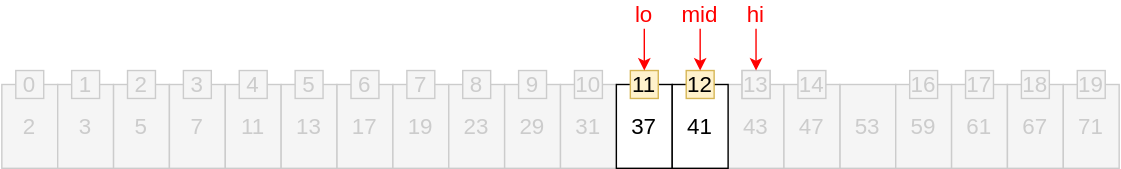
The draw.io diagram img/algorithm/list/list-0010.svg in tezblog/tezblog.github.io, before a commit. Source tidied: cells renumbered, new cells last; positions are measured from the earlier drawing's top-left corner, leaving out a move shared by most shapes. Source of this version:
```xml
<mxGraphModel>
  <root>
    <mxCell id="0" />
    <mxCell id="1" parent="0" />
    <mxCell id="2" style="group;" parent="1" vertex="1">
      <mxGeometry y="60" width="800" height="60" as="geometry" />
    </mxCell>
    <mxCell id="3" value="43" style="rounded=0;whiteSpace=wrap;html=1;fontSize=16;fillColor=#f5f5f5;strokeColor=#CCCCCC;fontColor=#CCCCCC;" parent="2" vertex="1">
      <mxGeometry x="520" width="40" height="60" as="geometry" />
    </mxCell>
    <mxCell id="4" value="53" style="rounded=0;whiteSpace=wrap;html=1;fontSize=16;fillColor=#f5f5f5;strokeColor=#CCCCCC;fontColor=#CCCCCC;" parent="2" vertex="1">
      <mxGeometry x="600" width="40" height="60" as="geometry" />
    </mxCell>
    <mxCell id="5" value="2" style="rounded=0;whiteSpace=wrap;html=1;fontSize=16;fillColor=#f5f5f5;strokeColor=#CCCCCC;fontColor=#CCCCCC;" parent="2" vertex="1">
      <mxGeometry width="40" height="60" as="geometry" />
    </mxCell>
    <mxCell id="6" value="3" style="rounded=0;whiteSpace=wrap;html=1;fontSize=16;fillColor=#f5f5f5;strokeColor=#CCCCCC;fontColor=#CCCCCC;" parent="2" vertex="1">
      <mxGeometry x="40" width="40" height="60" as="geometry" />
    </mxCell>
    <mxCell id="7" value="5" style="rounded=0;whiteSpace=wrap;html=1;fontSize=16;fillColor=#f5f5f5;strokeColor=#CCCCCC;fontColor=#CCCCCC;" parent="2" vertex="1">
      <mxGeometry x="80" width="40" height="60" as="geometry" />
    </mxCell>
    <mxCell id="8" value="7" style="rounded=0;whiteSpace=wrap;html=1;fontSize=16;fillColor=#f5f5f5;strokeColor=#CCCCCC;fontColor=#CCCCCC;" parent="2" vertex="1">
      <mxGeometry x="120" width="40" height="60" as="geometry" />
    </mxCell>
    <mxCell id="9" value="11" style="rounded=0;whiteSpace=wrap;html=1;fontSize=16;fillColor=#f5f5f5;strokeColor=#CCCCCC;fontColor=#CCCCCC;" parent="2" vertex="1">
      <mxGeometry x="160" width="40" height="60" as="geometry" />
    </mxCell>
    <mxCell id="10" value="13" style="rounded=0;whiteSpace=wrap;html=1;fontSize=16;fillColor=#f5f5f5;strokeColor=#CCCCCC;fontColor=#CCCCCC;" parent="2" vertex="1">
      <mxGeometry x="200" width="40" height="60" as="geometry" />
    </mxCell>
    <mxCell id="11" value="17" style="rounded=0;whiteSpace=wrap;html=1;fontSize=16;fillColor=#f5f5f5;strokeColor=#CCCCCC;fontColor=#CCCCCC;" parent="2" vertex="1">
      <mxGeometry x="240" width="40" height="60" as="geometry" />
    </mxCell>
    <mxCell id="12" value="19" style="rounded=0;whiteSpace=wrap;html=1;fontSize=16;fillColor=#f5f5f5;strokeColor=#CCCCCC;fontColor=#CCCCCC;" parent="2" vertex="1">
      <mxGeometry x="280" width="40" height="60" as="geometry" />
    </mxCell>
    <mxCell id="13" value="23" style="rounded=0;whiteSpace=wrap;html=1;fontSize=16;fillColor=#f5f5f5;strokeColor=#CCCCCC;fontColor=#CCCCCC;" parent="2" vertex="1">
      <mxGeometry x="320" width="40" height="60" as="geometry" />
    </mxCell>
    <mxCell id="14" value="29" style="rounded=0;whiteSpace=wrap;html=1;fontSize=16;fillColor=#f5f5f5;strokeColor=#CCCCCC;fontColor=#CCCCCC;" parent="2" vertex="1">
      <mxGeometry x="360" width="40" height="60" as="geometry" />
    </mxCell>
    <mxCell id="15" value="31" style="rounded=0;whiteSpace=wrap;html=1;fontSize=16;fillColor=#f5f5f5;strokeColor=#CCCCCC;fontColor=#CCCCCC;" parent="2" vertex="1">
      <mxGeometry x="400" width="40" height="60" as="geometry" />
    </mxCell>
    <mxCell id="16" value="37" style="rounded=0;whiteSpace=wrap;html=1;fontSize=16;" parent="2" vertex="1">
      <mxGeometry x="440" width="40" height="60" as="geometry" />
    </mxCell>
    <mxCell id="17" value="41" style="rounded=0;whiteSpace=wrap;html=1;fontSize=16;" parent="2" vertex="1">
      <mxGeometry x="480" width="40" height="60" as="geometry" />
    </mxCell>
    <mxCell id="18" value="47" style="rounded=0;whiteSpace=wrap;html=1;fontSize=16;fillColor=#f5f5f5;strokeColor=#CCCCCC;fontColor=#CCCCCC;" parent="2" vertex="1">
      <mxGeometry x="560" width="40" height="60" as="geometry" />
    </mxCell>
    <mxCell id="19" value="59" style="rounded=0;whiteSpace=wrap;html=1;fontSize=16;fillColor=#f5f5f5;strokeColor=#CCCCCC;fontColor=#CCCCCC;" parent="2" vertex="1">
      <mxGeometry x="640" width="40" height="60" as="geometry" />
    </mxCell>
    <mxCell id="20" value="61" style="rounded=0;whiteSpace=wrap;html=1;fontSize=16;fillColor=#f5f5f5;strokeColor=#CCCCCC;fontColor=#CCCCCC;" parent="2" vertex="1">
      <mxGeometry x="680" width="40" height="60" as="geometry" />
    </mxCell>
    <mxCell id="21" value="67" style="rounded=0;whiteSpace=wrap;html=1;fontSize=16;fillColor=#f5f5f5;strokeColor=#CCCCCC;fontColor=#CCCCCC;" parent="2" vertex="1">
      <mxGeometry x="720" width="40" height="60" as="geometry" />
    </mxCell>
    <mxCell id="22" value="71" style="rounded=0;whiteSpace=wrap;html=1;fontSize=16;fillColor=#f5f5f5;strokeColor=#CCCCCC;fontColor=#CCCCCC;" parent="2" vertex="1">
      <mxGeometry x="760" width="40" height="60" as="geometry" />
    </mxCell>
    <mxCell id="23" value="&lt;span style=&quot;font-size: 16px&quot;&gt;15&lt;/span&gt;" style="text;html=1;fillColor=#f5f5f5;align=center;verticalAlign=middle;whiteSpace=wrap;rounded=0;strokeColor=#CCCCCC;fontColor=#CCCCCC;" parent="1" vertex="1">
      <mxGeometry x="530" y="50" width="20" height="20" as="geometry" />
    </mxCell>
    <mxCell id="24" value="&lt;span style=&quot;font-size: 16px&quot;&gt;13&lt;/span&gt;" style="text;html=1;fillColor=#f5f5f5;align=center;verticalAlign=middle;whiteSpace=wrap;rounded=0;strokeColor=#CCCCCC;fontColor=#CCCCCC;" parent="1" vertex="1">
      <mxGeometry x="530" y="50" width="20" height="20" as="geometry" />
    </mxCell>
    <mxCell id="25" value="&lt;span style=&quot;font-size: 16px&quot;&gt;0&lt;/span&gt;" style="text;html=1;fillColor=#f5f5f5;align=center;verticalAlign=middle;whiteSpace=wrap;rounded=0;strokeColor=#CCCCCC;fontColor=#CCCCCC;" parent="1" vertex="1">
      <mxGeometry x="10" y="50" width="20" height="20" as="geometry" />
    </mxCell>
    <mxCell id="26" value="&lt;span style=&quot;font-size: 16px&quot;&gt;1&lt;/span&gt;" style="text;html=1;fillColor=#f5f5f5;align=center;verticalAlign=middle;whiteSpace=wrap;rounded=0;strokeColor=#CCCCCC;fontColor=#CCCCCC;" parent="1" vertex="1">
      <mxGeometry x="50" y="50" width="20" height="20" as="geometry" />
    </mxCell>
    <mxCell id="27" value="&lt;span style=&quot;font-size: 16px&quot;&gt;2&lt;/span&gt;" style="text;html=1;fillColor=#f5f5f5;align=center;verticalAlign=middle;whiteSpace=wrap;rounded=0;strokeColor=#CCCCCC;fontColor=#CCCCCC;" parent="1" vertex="1">
      <mxGeometry x="90" y="50" width="20" height="20" as="geometry" />
    </mxCell>
    <mxCell id="28" value="&lt;span style=&quot;font-size: 16px&quot;&gt;3&lt;/span&gt;" style="text;html=1;fillColor=#f5f5f5;align=center;verticalAlign=middle;whiteSpace=wrap;rounded=0;strokeColor=#CCCCCC;fontColor=#CCCCCC;" parent="1" vertex="1">
      <mxGeometry x="130" y="50" width="20" height="20" as="geometry" />
    </mxCell>
    <mxCell id="29" value="&lt;span style=&quot;font-size: 16px&quot;&gt;4&lt;/span&gt;" style="text;html=1;fillColor=#f5f5f5;align=center;verticalAlign=middle;whiteSpace=wrap;rounded=0;strokeColor=#CCCCCC;fontColor=#CCCCCC;" parent="1" vertex="1">
      <mxGeometry x="170" y="50" width="20" height="20" as="geometry" />
    </mxCell>
    <mxCell id="30" value="&lt;span style=&quot;font-size: 16px&quot;&gt;5&lt;/span&gt;" style="text;html=1;fillColor=#f5f5f5;align=center;verticalAlign=middle;whiteSpace=wrap;rounded=0;strokeColor=#CCCCCC;fontColor=#CCCCCC;" parent="1" vertex="1">
      <mxGeometry x="210" y="50" width="20" height="20" as="geometry" />
    </mxCell>
    <mxCell id="31" value="&lt;span style=&quot;font-size: 16px&quot;&gt;6&lt;/span&gt;" style="text;html=1;fillColor=#f5f5f5;align=center;verticalAlign=middle;whiteSpace=wrap;rounded=0;strokeColor=#CCCCCC;fontColor=#CCCCCC;" parent="1" vertex="1">
      <mxGeometry x="250" y="50" width="20" height="20" as="geometry" />
    </mxCell>
    <mxCell id="32" value="&lt;span style=&quot;font-size: 16px&quot;&gt;7&lt;/span&gt;" style="text;html=1;fillColor=#f5f5f5;align=center;verticalAlign=middle;whiteSpace=wrap;rounded=0;strokeColor=#CCCCCC;fontColor=#CCCCCC;" parent="1" vertex="1">
      <mxGeometry x="290" y="50" width="20" height="20" as="geometry" />
    </mxCell>
    <mxCell id="33" value="&lt;span style=&quot;font-size: 16px&quot;&gt;8&lt;/span&gt;" style="text;html=1;fillColor=#f5f5f5;align=center;verticalAlign=middle;whiteSpace=wrap;rounded=0;strokeColor=#CCCCCC;fontColor=#CCCCCC;" parent="1" vertex="1">
      <mxGeometry x="330" y="50" width="20" height="20" as="geometry" />
    </mxCell>
    <mxCell id="34" value="&lt;span style=&quot;font-size: 16px&quot;&gt;9&lt;/span&gt;" style="text;html=1;fillColor=#f5f5f5;align=center;verticalAlign=middle;whiteSpace=wrap;rounded=0;strokeColor=#CCCCCC;fontColor=#CCCCCC;" parent="1" vertex="1">
      <mxGeometry x="370" y="50" width="20" height="20" as="geometry" />
    </mxCell>
    <mxCell id="35" value="&lt;span style=&quot;font-size: 16px&quot;&gt;10&lt;/span&gt;" style="text;html=1;fillColor=#f5f5f5;align=center;verticalAlign=middle;whiteSpace=wrap;rounded=0;strokeColor=#CCCCCC;fontColor=#CCCCCC;" parent="1" vertex="1">
      <mxGeometry x="410" y="50" width="20" height="20" as="geometry" />
    </mxCell>
    <mxCell id="36" value="&lt;span style=&quot;font-size: 16px&quot;&gt;11&lt;/span&gt;" style="text;html=1;strokeColor=#d6b656;fillColor=#fff2cc;align=center;verticalAlign=middle;whiteSpace=wrap;rounded=0;" parent="1" vertex="1">
      <mxGeometry x="450" y="50" width="20" height="20" as="geometry" />
    </mxCell>
    <mxCell id="37" value="&lt;span style=&quot;font-size: 16px&quot;&gt;12&lt;/span&gt;" style="text;html=1;strokeColor=#d6b656;fillColor=#fff2cc;align=center;verticalAlign=middle;whiteSpace=wrap;rounded=0;" parent="1" vertex="1">
      <mxGeometry x="490" y="50" width="20" height="20" as="geometry" />
    </mxCell>
    <mxCell id="38" value="&lt;span style=&quot;font-size: 16px&quot;&gt;14&lt;/span&gt;" style="text;html=1;fillColor=#f5f5f5;align=center;verticalAlign=middle;whiteSpace=wrap;rounded=0;strokeColor=#CCCCCC;fontColor=#CCCCCC;" parent="1" vertex="1">
      <mxGeometry x="570" y="50" width="20" height="20" as="geometry" />
    </mxCell>
    <mxCell id="39" value="&lt;span style=&quot;font-size: 16px&quot;&gt;16&lt;/span&gt;" style="text;html=1;fillColor=#f5f5f5;align=center;verticalAlign=middle;whiteSpace=wrap;rounded=0;strokeColor=#CCCCCC;fontColor=#CCCCCC;" parent="1" vertex="1">
      <mxGeometry x="650" y="50" width="20" height="20" as="geometry" />
    </mxCell>
    <mxCell id="40" value="&lt;span style=&quot;font-size: 16px&quot;&gt;17&lt;/span&gt;" style="text;html=1;fillColor=#f5f5f5;align=center;verticalAlign=middle;whiteSpace=wrap;rounded=0;strokeColor=#CCCCCC;fontColor=#CCCCCC;" parent="1" vertex="1">
      <mxGeometry x="690" y="50" width="20" height="20" as="geometry" />
    </mxCell>
    <mxCell id="41" value="&lt;span style=&quot;font-size: 16px&quot;&gt;18&lt;/span&gt;" style="text;html=1;fillColor=#f5f5f5;align=center;verticalAlign=middle;whiteSpace=wrap;rounded=0;strokeColor=#CCCCCC;fontColor=#CCCCCC;" parent="1" vertex="1">
      <mxGeometry x="730" y="50" width="20" height="20" as="geometry" />
    </mxCell>
    <mxCell id="42" value="&lt;span style=&quot;font-size: 16px&quot;&gt;19&lt;/span&gt;" style="text;html=1;fillColor=#f5f5f5;align=center;verticalAlign=middle;whiteSpace=wrap;rounded=0;strokeColor=#CCCCCC;fontColor=#CCCCCC;" parent="1" vertex="1">
      <mxGeometry x="770" y="50" width="20" height="20" as="geometry" />
    </mxCell>
    <mxCell id="43" style="edgeStyle=orthogonalEdgeStyle;rounded=0;jettySize=auto;html=1;exitX=0.5;exitY=1;exitDx=0;exitDy=0;entryX=0.5;entryY=0;entryDx=0;entryDy=0;fontSize=16;fontColor=#FF0000;strokeColor=#FF0000;" parent="1" edge="1" source="44">
      <mxGeometry relative="1" as="geometry">
        <mxPoint x="460" y="50" as="targetPoint" />
      </mxGeometry>
    </mxCell>
    <mxCell id="44" value="lo" style="text;html=1;strokeColor=none;fillColor=none;align=center;verticalAlign=middle;whiteSpace=wrap;rounded=0;fontSize=16;fontColor=#FF0000;" parent="1" vertex="1">
      <mxGeometry x="440" width="40" height="20" as="geometry" />
    </mxCell>
    <mxCell id="45" style="edgeStyle=orthogonalEdgeStyle;rounded=0;jettySize=auto;html=1;exitX=0.5;exitY=1;exitDx=0;exitDy=0;entryX=0.5;entryY=0;entryDx=0;entryDy=0;fontSize=16;fontColor=#FF0000;strokeColor=#FF0000;" parent="1" edge="1" source="46">
      <mxGeometry relative="1" as="geometry">
        <mxPoint x="500" y="50" as="targetPoint" />
      </mxGeometry>
    </mxCell>
    <mxCell id="46" value="mid" style="text;html=1;strokeColor=none;fillColor=none;align=center;verticalAlign=middle;whiteSpace=wrap;rounded=0;fontSize=16;fontColor=#FF0000;" parent="1" vertex="1">
      <mxGeometry x="480" width="40" height="20" as="geometry" />
    </mxCell>
    <mxCell id="47" style="edgeStyle=orthogonalEdgeStyle;rounded=0;jettySize=auto;html=1;exitX=0.5;exitY=1;exitDx=0;exitDy=0;entryX=0.5;entryY=0;entryDx=0;entryDy=0;fontSize=16;fontColor=#FF0000;strokeColor=#FF0000;" parent="1" edge="1" source="48">
      <mxGeometry relative="1" as="geometry">
        <mxPoint x="540" y="50" as="targetPoint" />
      </mxGeometry>
    </mxCell>
    <mxCell id="48" value="hi" style="text;html=1;strokeColor=none;fillColor=none;align=center;verticalAlign=middle;whiteSpace=wrap;rounded=0;fontSize=16;fontColor=#FF0000;" parent="1" vertex="1">
      <mxGeometry x="520" width="40" height="20" as="geometry" />
    </mxCell>
  </root>
</mxGraphModel>
```
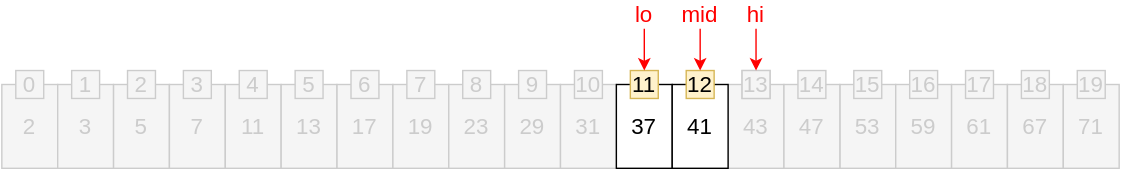
After the commit.

The edit, as a diff of the source:
```diff
@@ -65,6 +65,9 @@
     <mxCell id="22" value="71" style="rounded=0;whiteSpace=wrap;html=1;fontSize=16;fillColor=#f5f5f5;strokeColor=#CCCCCC;fontColor=#CCCCCC;" parent="2" vertex="1">
       <mxGeometry x="760" width="40" height="60" as="geometry" />
     </mxCell>
+    <mxCell id="49" value="&lt;span style=&quot;font-size: 16px&quot;&gt;15&lt;/span&gt;" style="text;html=1;fillColor=#f5f5f5;align=center;verticalAlign=middle;whiteSpace=wrap;rounded=0;strokeColor=#CCCCCC;fontColor=#CCCCCC;" parent="2" vertex="1">
+      <mxGeometry x="610" y="-10" width="20" height="20" as="geometry" />
+    </mxCell>
     <mxCell id="23" value="&lt;span style=&quot;font-size: 16px&quot;&gt;15&lt;/span&gt;" style="text;html=1;fillColor=#f5f5f5;align=center;verticalAlign=middle;whiteSpace=wrap;rounded=0;strokeColor=#CCCCCC;fontColor=#CCCCCC;" parent="1" vertex="1">
       <mxGeometry x="530" y="50" width="20" height="20" as="geometry" />
     </mxCell>
```
